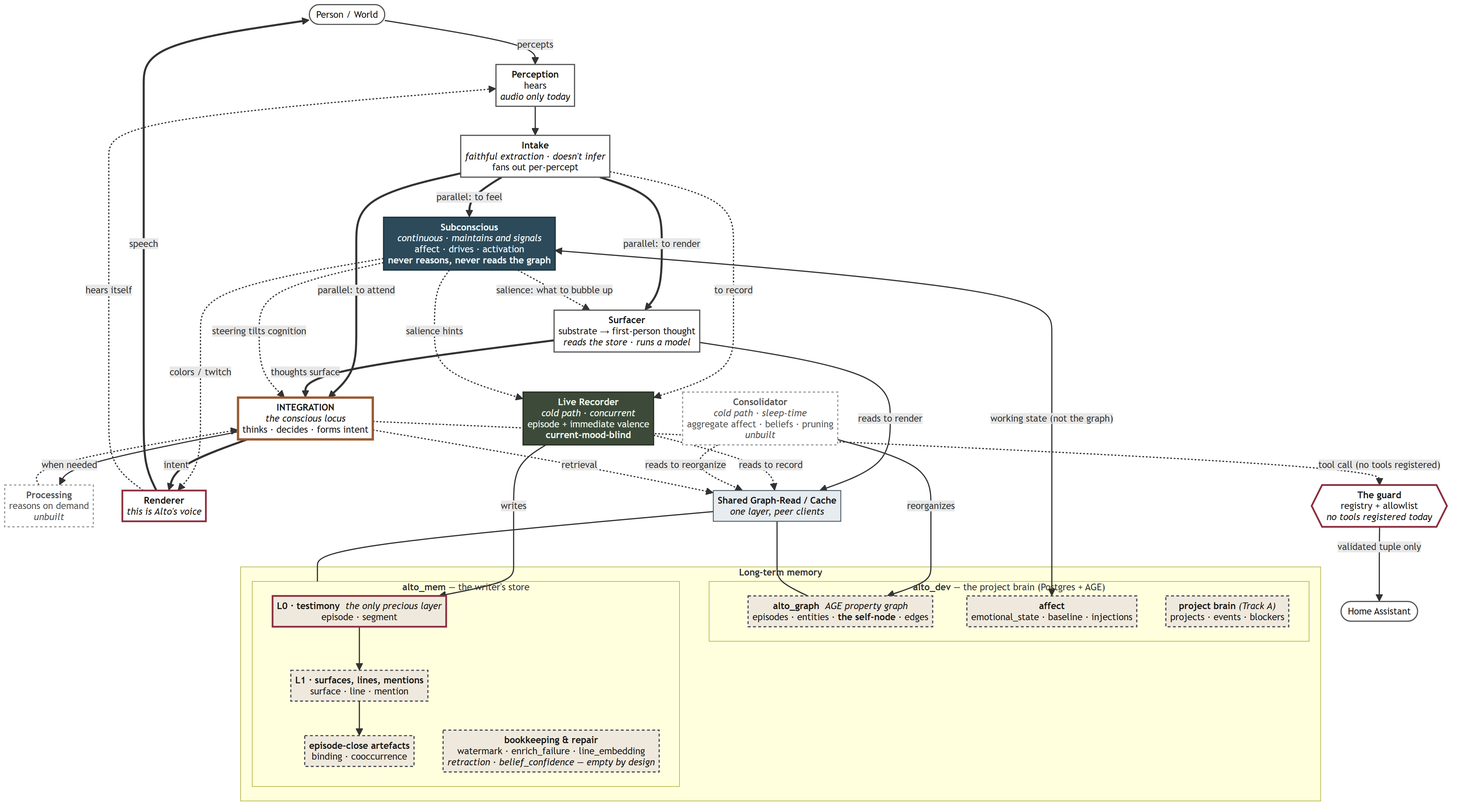
Earlier version of the Mermaid export docs/assets/alto-architecture-2026-09.png (sawyerstrong/alto-design). Its source is kept beside it as docs/assets/alto-architecture-2026-09.mmd.
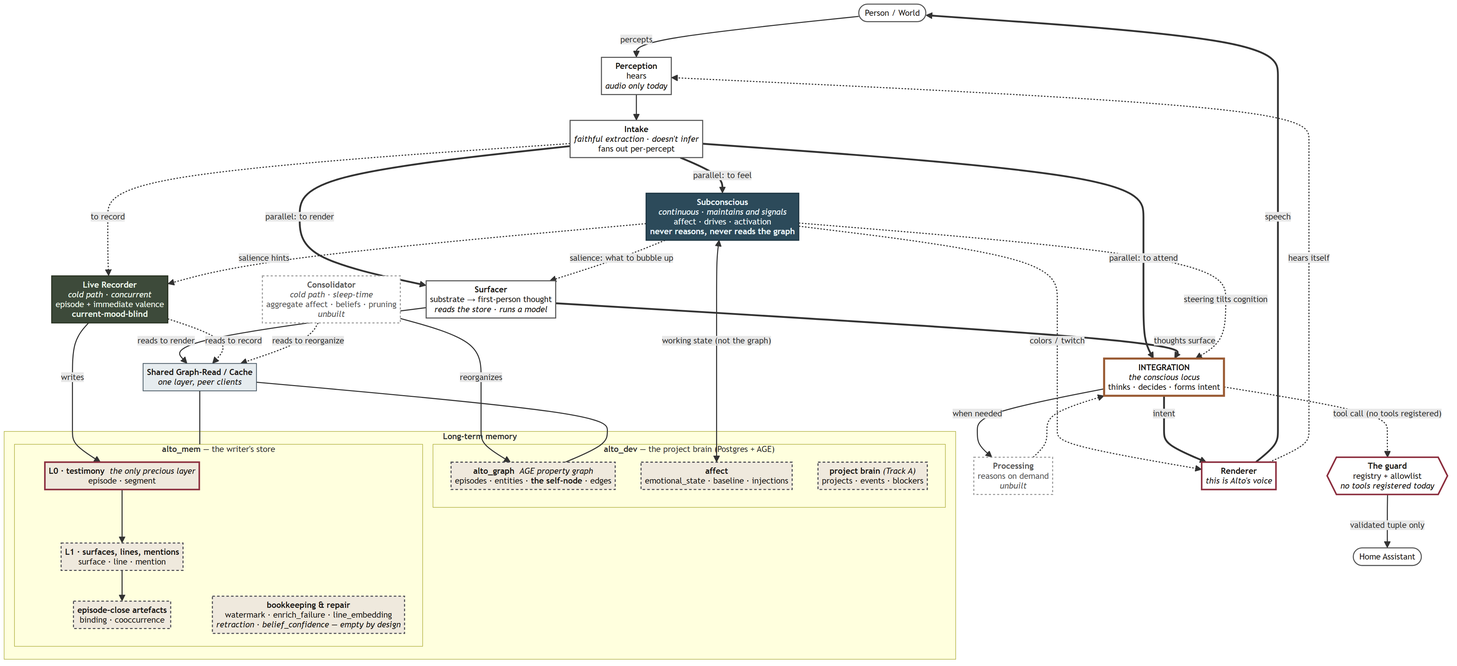
After the change.

What changed in the source:
```diff
@@ -65,7 +65,6 @@
   SURF -->|"reads to render"| READ
   REC -.->|reads to record| READ
   CON -.->|reads to reorganize| READ
-  IN -.->|retrieval| READ
 
   classDef conscious fill:#fff,stroke:#9A5B34,stroke-width:4px,color:#1c1916;
   classDef machine fill:#fff,stroke:#555,stroke-width:2px,color:#1c1916;
```
